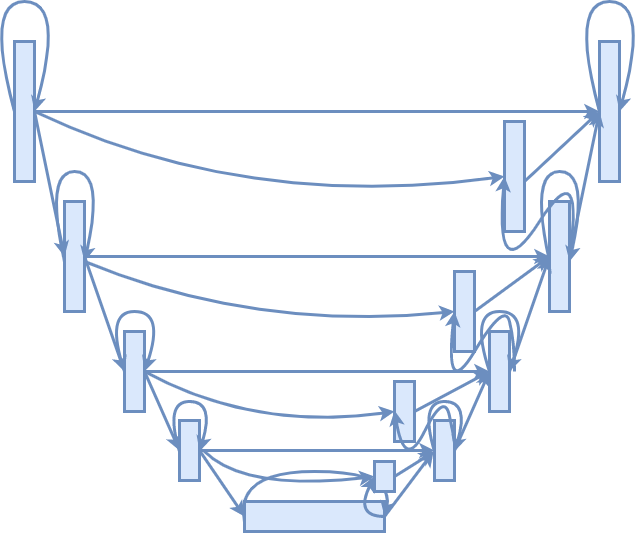
The draw.io diagram mynet2.png in sungyoonahn/Hint-based-image-colorization-using-Attention-Unet, before a commit. Source tidied: cells renumbered, new cells last; positions are measured from the earlier drawing's top-left corner, leaving out a move shared by most shapes.
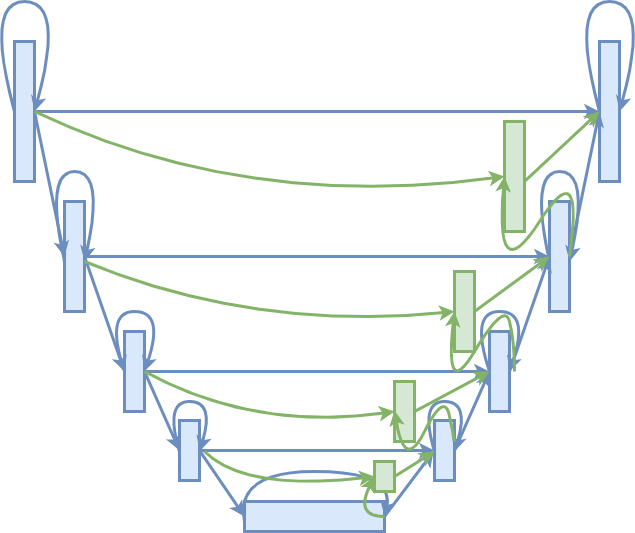
Later version of the same file.

Change to the diagram source:
```diff
@@ -161,17 +161,17 @@
         </Array>
       </mxGeometry>
     </mxCell>
-    <mxCell id="32" style="curved=1;endArrow=classic;html=1;strokeWidth=3;exitX=1;exitY=0.5;exitDx=0;exitDy=0;entryX=0;entryY=0.5;entryDx=0;entryDy=0;fillColor=#dae8fc;strokeColor=#6c8ebf;" parent="1" edge="1" source="3" target="33">
+    <mxCell id="32" style="curved=1;endArrow=classic;html=1;strokeWidth=3;exitX=1;exitY=0.5;exitDx=0;exitDy=0;entryX=0;entryY=0.5;entryDx=0;entryDy=0;fillColor=#d5e8d4;strokeColor=#82b366;" parent="1" edge="1" source="3" target="33">
       <mxGeometry relative="1" as="geometry">
         <Array as="points">
           <mxPoint x="260" y="210" />
         </Array>
       </mxGeometry>
     </mxCell>
-    <mxCell id="33" style="rounded=0;whiteSpace=wrap;html=1;fillColor=#dae8fc;strokeColor=#6c8ebf;strokeWidth=3;" parent="1" vertex="1">
+    <mxCell id="33" style="rounded=0;whiteSpace=wrap;html=1;fillColor=#d5e8d4;strokeColor=#82b366;strokeWidth=3;" parent="1" vertex="1">
       <mxGeometry x="520" y="120" width="20" height="110" as="geometry" />
     </mxCell>
-    <mxCell id="34" style="curved=1;endArrow=classic;html=1;strokeWidth=3;exitX=1;exitY=0.5;exitDx=0;exitDy=0;entryX=0;entryY=0.5;entryDx=0;entryDy=0;fillColor=#dae8fc;strokeColor=#6c8ebf;" parent="1" edge="1" source="4" target="33">
+    <mxCell id="34" style="curved=1;endArrow=classic;html=1;strokeWidth=3;exitX=1;exitY=0.5;exitDx=0;exitDy=0;entryX=0;entryY=0.5;entryDx=0;entryDy=0;fillColor=#d5e8d4;strokeColor=#82b366;" parent="1" edge="1" source="4" target="33">
       <mxGeometry relative="1" as="geometry">
         <Array as="points">
           <mxPoint x="600" y="150" />
@@ -179,15 +179,15 @@
         </Array>
       </mxGeometry>
     </mxCell>
-    <mxCell id="35" style="endArrow=classic;html=1;strokeWidth=3;entryX=0;entryY=0.5;entryDx=0;entryDy=0;fillColor=#dae8fc;strokeColor=#6c8ebf;" parent="1" edge="1" target="7">
+    <mxCell id="35" style="endArrow=classic;html=1;strokeWidth=3;entryX=0;entryY=0.5;entryDx=0;entryDy=0;fillColor=#d5e8d4;strokeColor=#82b366;" parent="1" edge="1" target="7">
       <mxGeometry relative="1" as="geometry">
         <mxPoint x="540" y="180" as="sourcePoint" />
       </mxGeometry>
     </mxCell>
-    <mxCell id="36" style="rounded=0;whiteSpace=wrap;html=1;fillColor=#dae8fc;strokeColor=#6c8ebf;strokeWidth=3;" parent="1" vertex="1">
+    <mxCell id="36" style="rounded=0;whiteSpace=wrap;html=1;fillColor=#d5e8d4;strokeColor=#82b366;strokeWidth=3;" parent="1" vertex="1">
       <mxGeometry x="470" y="270" width="20" height="80" as="geometry" />
     </mxCell>
-    <mxCell id="37" style="curved=1;endArrow=classic;html=1;strokeWidth=3;entryX=0;entryY=0.5;entryDx=0;entryDy=0;fillColor=#dae8fc;strokeColor=#6c8ebf;" parent="1" edge="1" target="36">
+    <mxCell id="37" style="curved=1;endArrow=classic;html=1;strokeWidth=3;entryX=0;entryY=0.5;entryDx=0;entryDy=0;fillColor=#d5e8d4;strokeColor=#82b366;" parent="1" edge="1" target="36">
       <mxGeometry relative="1" as="geometry">
         <mxPoint x="100" y="260" as="sourcePoint" />
         <Array as="points">
@@ -195,7 +195,7 @@
         </Array>
       </mxGeometry>
     </mxCell>
-    <mxCell id="38" style="curved=1;endArrow=classic;html=1;strokeWidth=3;entryX=0;entryY=0.5;entryDx=0;entryDy=0;fillColor=#dae8fc;strokeColor=#6c8ebf;" parent="1" edge="1" target="36">
+    <mxCell id="38" style="curved=1;endArrow=classic;html=1;strokeWidth=3;entryX=0;entryY=0.5;entryDx=0;entryDy=0;fillColor=#d5e8d4;strokeColor=#82b366;" parent="1" edge="1" target="36">
       <mxGeometry relative="1" as="geometry">
         <mxPoint x="530" y="370" as="sourcePoint" />
         <Array as="points">
@@ -205,13 +205,13 @@
         </Array>
       </mxGeometry>
     </mxCell>
-    <mxCell id="39" style="endArrow=classic;html=1;strokeWidth=3;entryX=0;entryY=0.5;entryDx=0;entryDy=0;fillColor=#dae8fc;strokeColor=#6c8ebf;exitX=1;exitY=0.5;exitDx=0;exitDy=0;" parent="1" edge="1" source="36" target="4">
+    <mxCell id="39" style="endArrow=classic;html=1;strokeWidth=3;entryX=0;entryY=0.5;entryDx=0;entryDy=0;fillColor=#d5e8d4;strokeColor=#82b366;exitX=1;exitY=0.5;exitDx=0;exitDy=0;" parent="1" edge="1" source="36" target="4">
       <mxGeometry relative="1" as="geometry" />
     </mxCell>
-    <mxCell id="40" style="rounded=0;whiteSpace=wrap;html=1;fillColor=#dae8fc;strokeColor=#6c8ebf;strokeWidth=3;" parent="1" vertex="1">
+    <mxCell id="40" style="rounded=0;whiteSpace=wrap;html=1;fillColor=#d5e8d4;strokeColor=#82b366;strokeWidth=3;" parent="1" vertex="1">
       <mxGeometry x="410" y="380" width="20" height="60" as="geometry" />
     </mxCell>
-    <mxCell id="41" style="curved=1;endArrow=classic;html=1;strokeWidth=3;entryX=0;entryY=0.5;entryDx=0;entryDy=0;fillColor=#dae8fc;strokeColor=#6c8ebf;" parent="1" edge="1" target="40">
+    <mxCell id="41" style="curved=1;endArrow=classic;html=1;strokeWidth=3;entryX=0;entryY=0.5;entryDx=0;entryDy=0;fillColor=#d5e8d4;strokeColor=#82b366;" parent="1" edge="1" target="40">
       <mxGeometry relative="1" as="geometry">
         <mxPoint x="160" y="370" as="sourcePoint" />
         <Array as="points">
@@ -219,10 +219,10 @@
         </Array>
       </mxGeometry>
     </mxCell>
-    <mxCell id="42" style="endArrow=classic;html=1;fillColor=#dae8fc;strokeColor=#6c8ebf;strokeWidth=3;exitX=1;exitY=0.5;exitDx=0;exitDy=0;entryX=0;entryY=0.5;entryDx=0;entryDy=0;" parent="1" edge="1" source="40" target="8">
+    <mxCell id="42" style="endArrow=classic;html=1;fillColor=#d5e8d4;strokeColor=#82b366;strokeWidth=3;exitX=1;exitY=0.5;exitDx=0;exitDy=0;entryX=0;entryY=0.5;entryDx=0;entryDy=0;" parent="1" edge="1" source="40" target="8">
       <mxGeometry relative="1" as="geometry" />
     </mxCell>
-    <mxCell id="43" style="curved=1;endArrow=classic;html=1;strokeWidth=3;entryX=0;entryY=0.5;entryDx=0;entryDy=0;fillColor=#dae8fc;strokeColor=#6c8ebf;" parent="1" edge="1">
+    <mxCell id="43" style="curved=1;endArrow=classic;html=1;strokeWidth=3;entryX=0;entryY=0.5;entryDx=0;entryDy=0;fillColor=#d5e8d4;strokeColor=#82b366;" parent="1" edge="1">
       <mxGeometry relative="1" as="geometry">
         <mxPoint x="470" y="440" as="sourcePoint" />
         <mxPoint x="410" y="409" as="targetPoint" />
@@ -233,10 +233,10 @@
         </Array>
       </mxGeometry>
     </mxCell>
-    <mxCell id="44" style="rounded=0;whiteSpace=wrap;html=1;fillColor=#dae8fc;strokeColor=#6c8ebf;strokeWidth=3;" parent="1" vertex="1">
+    <mxCell id="44" style="rounded=0;whiteSpace=wrap;html=1;fillColor=#d5e8d4;strokeColor=#82b366;strokeWidth=3;" parent="1" vertex="1">
       <mxGeometry x="390" y="460" width="20" height="30" as="geometry" />
     </mxCell>
-    <mxCell id="45" style="curved=1;endArrow=classic;html=1;strokeWidth=3;entryX=0;entryY=0.5;entryDx=0;entryDy=0;fillColor=#dae8fc;strokeColor=#6c8ebf;" parent="1" edge="1" target="44">
+    <mxCell id="45" style="curved=1;endArrow=classic;html=1;strokeWidth=3;entryX=0;entryY=0.5;entryDx=0;entryDy=0;fillColor=#d5e8d4;strokeColor=#82b366;" parent="1" edge="1" target="44">
       <mxGeometry relative="1" as="geometry">
         <mxPoint x="220" y="450" as="sourcePoint" />
         <Array as="points">
@@ -244,12 +244,12 @@
         </Array>
       </mxGeometry>
     </mxCell>
-    <mxCell id="46" style="endArrow=classic;html=1;fillColor=#dae8fc;strokeColor=#6c8ebf;strokeWidth=3;exitX=1;exitY=0.5;exitDx=0;exitDy=0;" parent="1" edge="1" source="44">
+    <mxCell id="46" style="endArrow=classic;html=1;fillColor=#d5e8d4;strokeColor=#82b366;strokeWidth=3;exitX=1;exitY=0.5;exitDx=0;exitDy=0;" parent="1" edge="1" source="44">
       <mxGeometry relative="1" as="geometry">
         <mxPoint x="450" y="450" as="targetPoint" />
       </mxGeometry>
     </mxCell>
-    <mxCell id="47" style="curved=1;endArrow=classic;html=1;strokeWidth=3;entryX=0;entryY=0.5;entryDx=0;entryDy=0;fillColor=#dae8fc;strokeColor=#6c8ebf;exitX=1;exitY=0.5;exitDx=0;exitDy=0;" parent="1" edge="1" source="14" target="44">
+    <mxCell id="47" style="curved=1;endArrow=classic;html=1;strokeWidth=3;entryX=0;entryY=0.5;entryDx=0;entryDy=0;fillColor=#d5e8d4;strokeColor=#82b366;exitX=1;exitY=0.5;exitDx=0;exitDy=0;" parent="1" edge="1" source="14" target="44">
       <mxGeometry relative="1" as="geometry">
         <Array as="points">
           <mxPoint x="370" y="515" />
```
